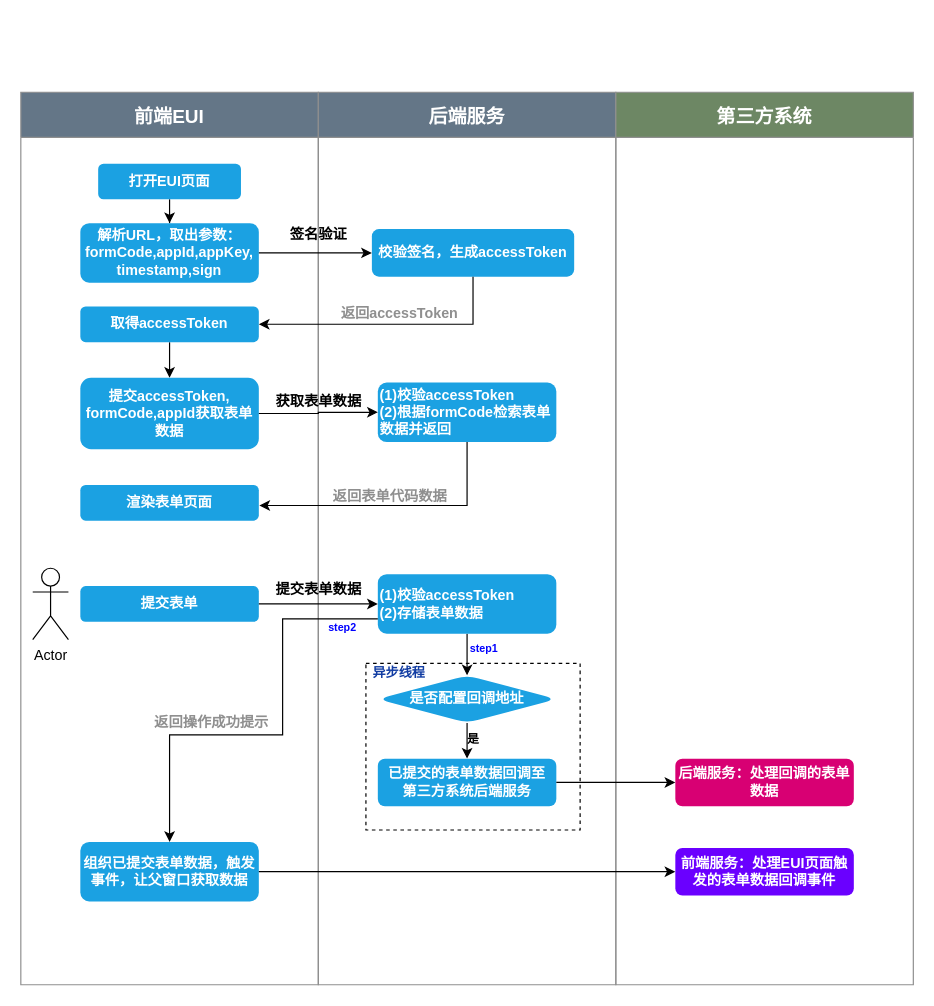
Earlier version of the draw.io diagram 涌泉服务平台EUI前后端交互流程.drawio (recolar/design). Source tidied: cells renumbered, new cells numbered last; positions are measured from the earlier drawing's top-left corner, leaving out a move shared by most shapes. Both pictures are drawn from the tidied source at 119%, with x=0, y=0 at pixel (20, 92).
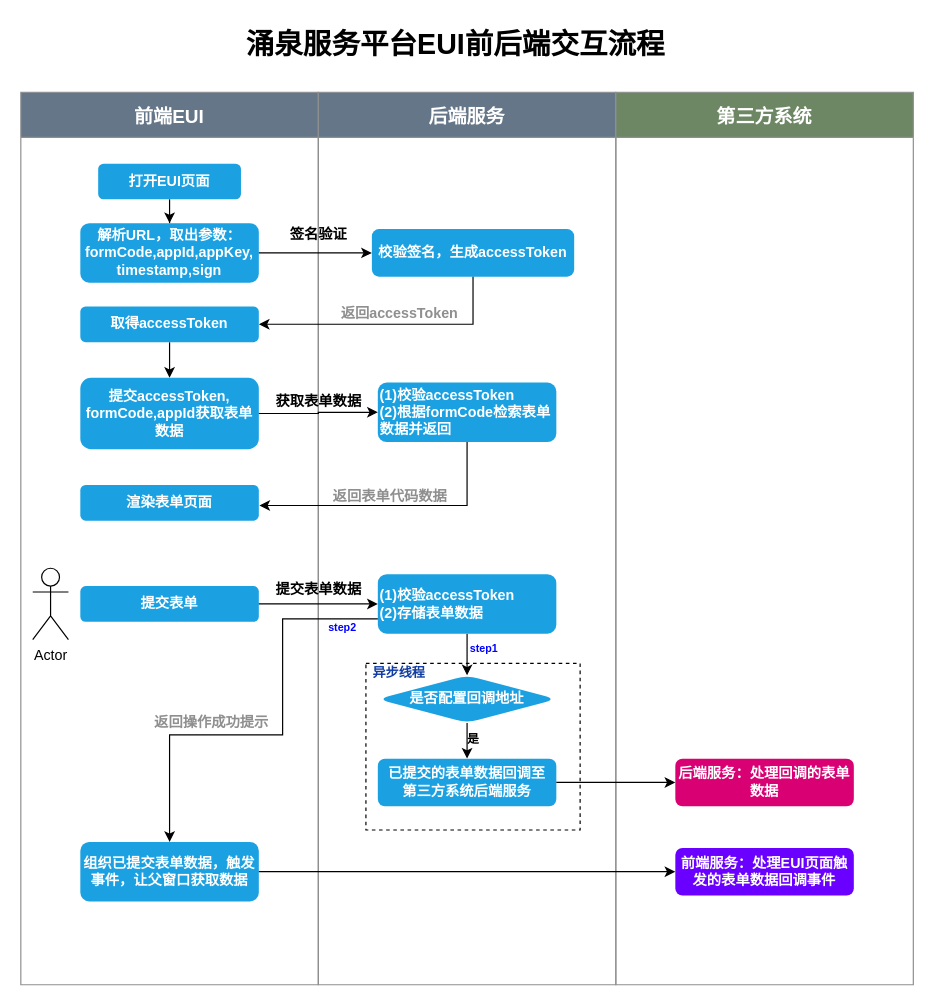
Above is the later version.

Commit message:
涌泉服务平台EUI前后端交互流程.drawio

Change to the diagram source:
```diff
@@
+    <mxCell id="44" value="涌泉服务平台EUI前后端交互流程" style="text;strokeColor=none;fillColor=none;html=1;fontSize=24;fontStyle=1;verticalAlign=middle;align=center;" parent="1" vertex="1">
+      <mxGeometry x="130" y="-60" width="470" height="40" as="geometry" />
+    </mxCell>
```
